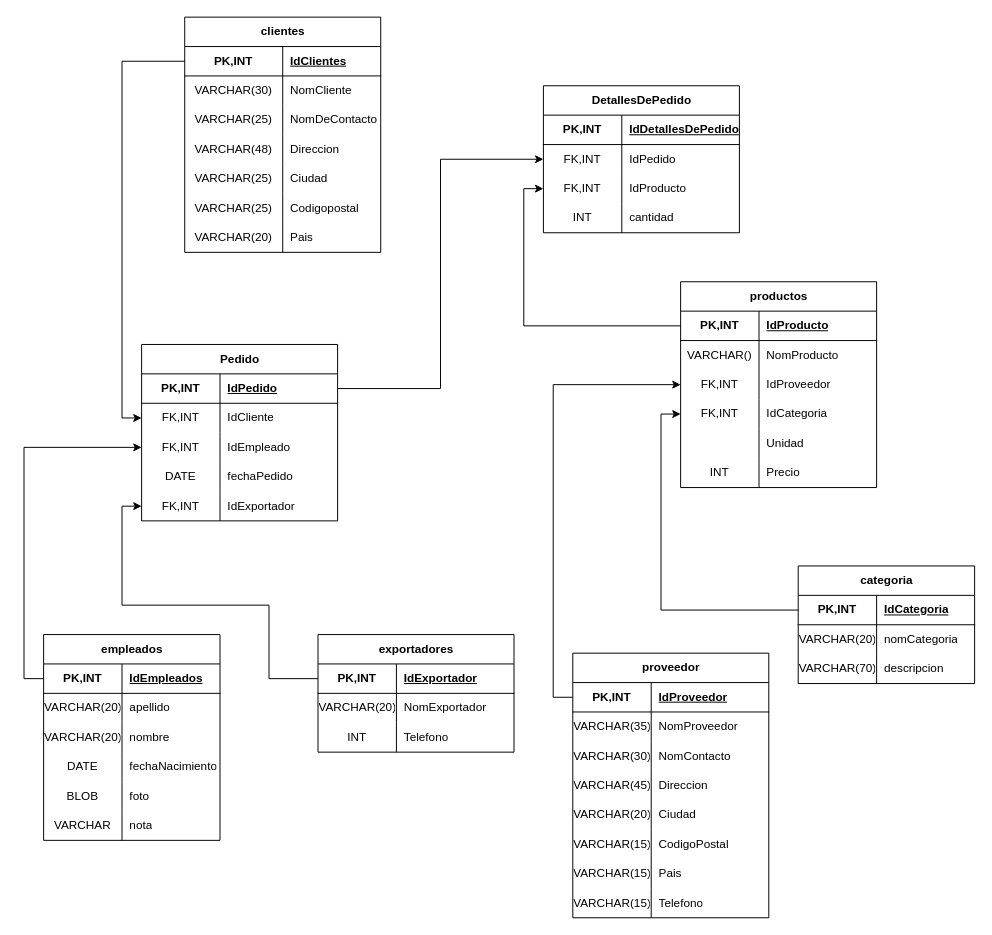
Above: Diagrama sin título.drawio in JOSSEyela/practica-final (draw.io), before the change. Source tidied: cells renumbered, new cells numbered last; positions are measured from the earlier drawing's top-left corner, leaving out a move shared by most shapes. Both pictures are drawn from the tidied source at 98%, with x=0, y=0 at pixel (43, 17).
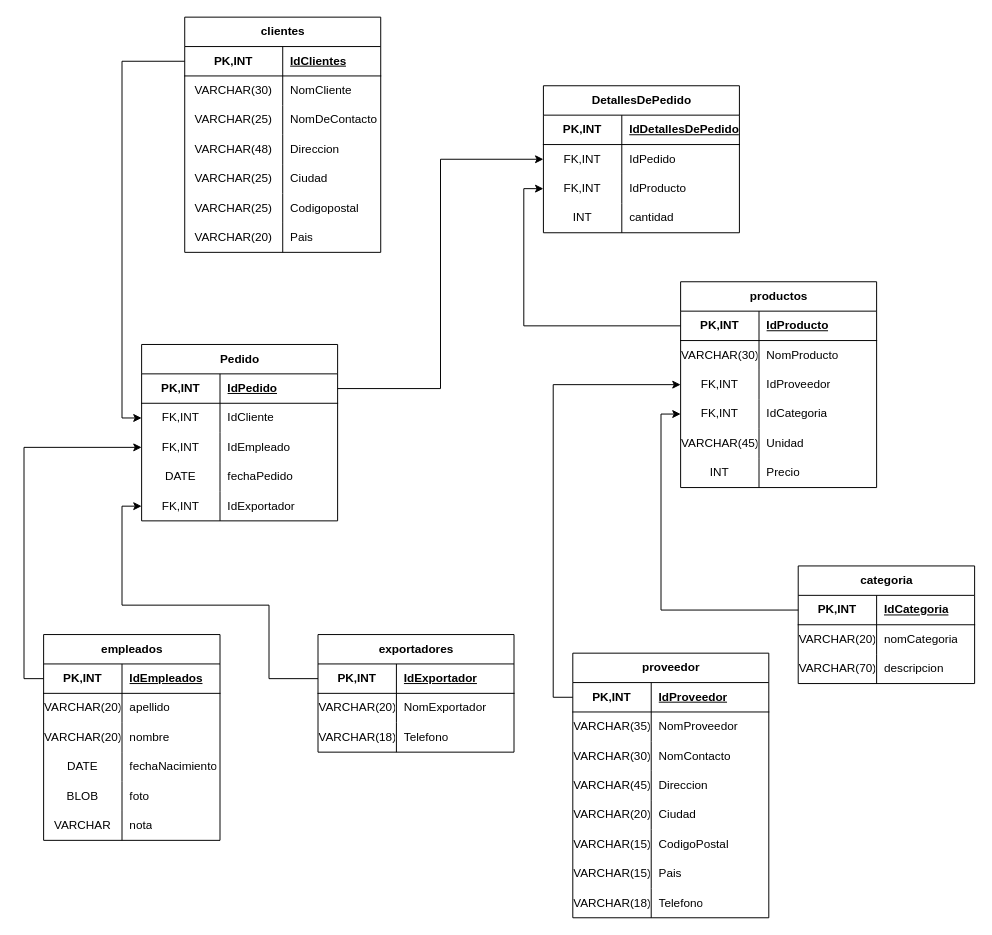
The same page after the edit.

Unchanged cells that the change refers to:
```xml
<mxCell id="86" style="shape=tableRow;horizontal=0;startSize=0;swimlaneHead=0;swimlaneBody=0;fillColor=none;top=0;left=0;right=0;bottom=0;" parent="82" vertex="1">
  <mxGeometry y="60" width="200" height="30" as="geometry" />
</mxCell>
<mxCell id="95" style="shape=tableRow;horizontal=0;startSize=0;swimlaneHead=0;swimlaneBody=0;fillColor=none;top=0;left=0;right=0;bottom=0;" parent="82" vertex="1">
  <mxGeometry y="150" width="200" height="30" as="geometry" />
</mxCell>
<mxCell id="108" style="shape=tableRow;horizontal=0;startSize=0;swimlaneHead=0;swimlaneBody=0;fillColor=none;top=0;left=0;right=0;bottom=0;" parent="101" vertex="1">
  <mxGeometry y="90" width="200" height="30" as="geometry" />
</mxCell>
<mxCell id="133" style="shape=tableRow;horizontal=0;startSize=0;swimlaneHead=0;swimlaneBody=0;fillColor=none;top=0;left=0;right=0;bottom=0;" parent="111" vertex="1">
  <mxGeometry y="240" width="200" height="30" as="geometry" />
</mxCell>
```

Diff of the diagram source:
```diff
@@
-    <mxCell id="87" value="VARCHAR()" style="shape=partialRectangle;fillColor=none;top=0;left=0;bottom=0;right=0;overflow=hidden;whiteSpace=wrap;html=1;" parent="86" vertex="1">
+    <mxCell id="87" value="VARCHAR(30)" style="shape=partialRectangle;fillColor=none;top=0;left=0;bottom=0;right=0;overflow=hidden;whiteSpace=wrap;html=1;" parent="86" vertex="1">
       <mxGeometry width="80" height="30" as="geometry" />
     </mxCell>
@@
-    <mxCell id="96" style="shape=partialRectangle;fillColor=none;top=0;left=0;bottom=0;right=0;overflow=hidden;whiteSpace=wrap;html=1;" parent="95" vertex="1">
+    <mxCell id="96" value="VARCHAR(45)" style="shape=partialRectangle;fillColor=none;top=0;left=0;bottom=0;right=0;overflow=hidden;whiteSpace=wrap;html=1;" parent="95" vertex="1">
       <mxGeometry width="80" height="30" as="geometry" />
     </mxCell>
@@
-    <mxCell id="109" value="INT" style="shape=partialRectangle;fillColor=none;top=0;left=0;bottom=0;right=0;overflow=hidden;whiteSpace=wrap;html=1;" parent="108" vertex="1">
+    <mxCell id="109" value="VARCHAR(18)" style="shape=partialRectangle;fillColor=none;top=0;left=0;bottom=0;right=0;overflow=hidden;whiteSpace=wrap;html=1;" parent="108" vertex="1">
       <mxGeometry width="80" height="30" as="geometry" />
     </mxCell>
@@
-    <mxCell id="134" value="VARCHAR(15)" style="shape=partialRectangle;fillColor=none;top=0;left=0;bottom=0;right=0;overflow=hidden;whiteSpace=wrap;html=1;" parent="133" vertex="1">
+    <mxCell id="134" value="VARCHAR(18)" style="shape=partialRectangle;fillColor=none;top=0;left=0;bottom=0;right=0;overflow=hidden;whiteSpace=wrap;html=1;" parent="133" vertex="1">
       <mxGeometry width="80" height="30" as="geometry" />
     </mxCell>
```
